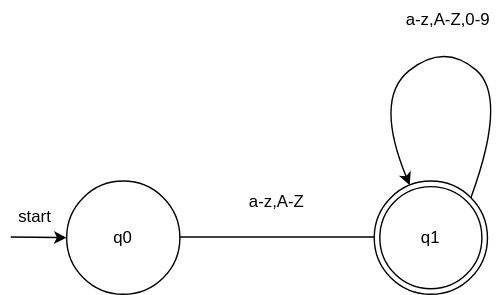
Above: docs/DFA/identifier-dfa.svg in Dimitry-bit/tiny-compiler (draw.io), before the change. Source tidied: cells renumbered, new cells last; positions are measured from the earlier drawing's top-left corner, leaving out a move shared by most shapes. Source of this version:
```xml
<mxGraphModel>
  <root>
    <mxCell id="0" />
    <mxCell id="1" parent="0" />
    <mxCell id="2" style="endArrow=classic;html=1;rounded=0;" parent="1" edge="1" target="4">
      <mxGeometry relative="1" as="geometry">
        <mxPoint x="8" y="169" as="sourcePoint" />
      </mxGeometry>
    </mxCell>
    <mxCell id="3" style="edgeStyle=orthogonalEdgeStyle;rounded=0;jettySize=auto;html=1;" parent="1" edge="1" source="4">
      <mxGeometry relative="1" as="geometry">
        <mxPoint x="278" y="169" as="targetPoint" />
      </mxGeometry>
    </mxCell>
    <mxCell id="4" value="q0" style="ellipse;whiteSpace=wrap;html=1;" parent="1" vertex="1">
      <mxGeometry x="48" y="129" width="81" height="81" as="geometry" />
    </mxCell>
    <mxCell id="5" value="start" style="text;html=1;align=center;verticalAlign=middle;strokeColor=none;fillColor=none;" parent="1" vertex="1">
      <mxGeometry y="140" width="50" height="30" as="geometry" />
    </mxCell>
    <mxCell id="6" value="a-z,A-Z" style="text;html=1;align=center;verticalAlign=middle;strokeColor=none;fillColor=none;" parent="1" vertex="1">
      <mxGeometry x="168" y="129" width="60" height="30" as="geometry" />
    </mxCell>
    <mxCell id="7" value="q1" style="ellipse;shape=doubleEllipse;whiteSpace=wrap;html=1;" parent="1" vertex="1">
      <mxGeometry x="268" y="129" width="81" height="81" as="geometry" />
    </mxCell>
    <mxCell id="8" style="endArrow=classic;html=1;rounded=0;exitX=1;exitY=0;exitDx=0;exitDy=0;flowAnimation=0;curved=1;" parent="1" edge="1" source="7" target="7">
      <mxGeometry relative="1" as="geometry">
        <Array as="points">
          <mxPoint x="363.5" y="69" />
          <mxPoint x="318" y="30" />
          <mxPoint x="268" y="70" />
        </Array>
      </mxGeometry>
    </mxCell>
    <mxCell id="9" value="&lt;span style=&quot;text-align: center; text-wrap-mode: nowrap;&quot;&gt;a-z,A-Z,0-9&lt;/span&gt;" style="text;whiteSpace=wrap;html=1;" parent="1" vertex="1">
      <mxGeometry x="289" width="69" height="40" as="geometry" />
    </mxCell>
  </root>
</mxGraphModel>
```
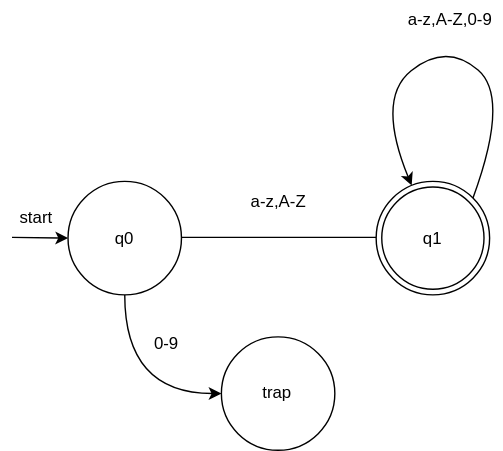
The same file after the commit.

Commit message:
fix: add trap state to identifier's DFA

Change to the diagram source:
```diff
@@ -12,6 +12,9 @@
         <mxPoint x="278" y="169" as="targetPoint" />
       </mxGeometry>
     </mxCell>
+    <mxCell id="10" style="edgeStyle=orthogonalEdgeStyle;rounded=0;jettySize=auto;html=1;exitX=0.5;exitY=1;exitDx=0;exitDy=0;entryX=0;entryY=0.5;entryDx=0;entryDy=0;curved=1;" parent="1" edge="1" source="4" target="11">
+      <mxGeometry relative="1" as="geometry" />
+    </mxCell>
     <mxCell id="4" value="q0" style="ellipse;whiteSpace=wrap;html=1;" parent="1" vertex="1">
       <mxGeometry x="48" y="129" width="81" height="81" as="geometry" />
     </mxCell>
@@ -36,5 +39,11 @@
     <mxCell id="9" value="&lt;span style=&quot;text-align: center; text-wrap-mode: nowrap;&quot;&gt;a-z,A-Z,0-9&lt;/span&gt;" style="text;whiteSpace=wrap;html=1;" parent="1" vertex="1">
       <mxGeometry x="289" width="69" height="40" as="geometry" />
     </mxCell>
+    <mxCell id="11" value="trap" style="ellipse;whiteSpace=wrap;html=1;" parent="1" vertex="1">
+      <mxGeometry x="157.5" y="240" width="81" height="81" as="geometry" />
+    </mxCell>
+    <mxCell id="12" value="0-9" style="text;html=1;align=center;verticalAlign=middle;strokeColor=none;fillColor=none;" parent="1" vertex="1">
+      <mxGeometry x="98" y="230" width="40" height="30" as="geometry" />
+    </mxCell>
   </root>
 </mxGraphModel>
```
